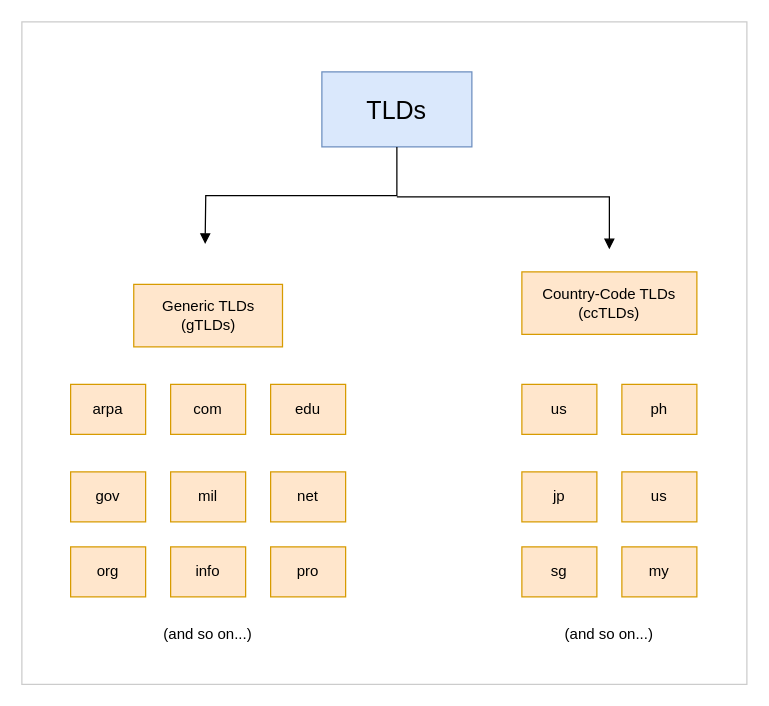
joseeden/joeden keeps this draw.io diagram as page "basics-dns-tlds" (12 of 18) of assets/drawio/all-things-network.drawio. Above is the earlier version. Source tidied: cells renumbered, new cells numbered last; positions are measured from the earlier drawing's top-left corner, leaving out a move shared by most shapes. Both pictures are drawn from the tidied source at 125%, with x=0, y=0 at pixel (21, 21).
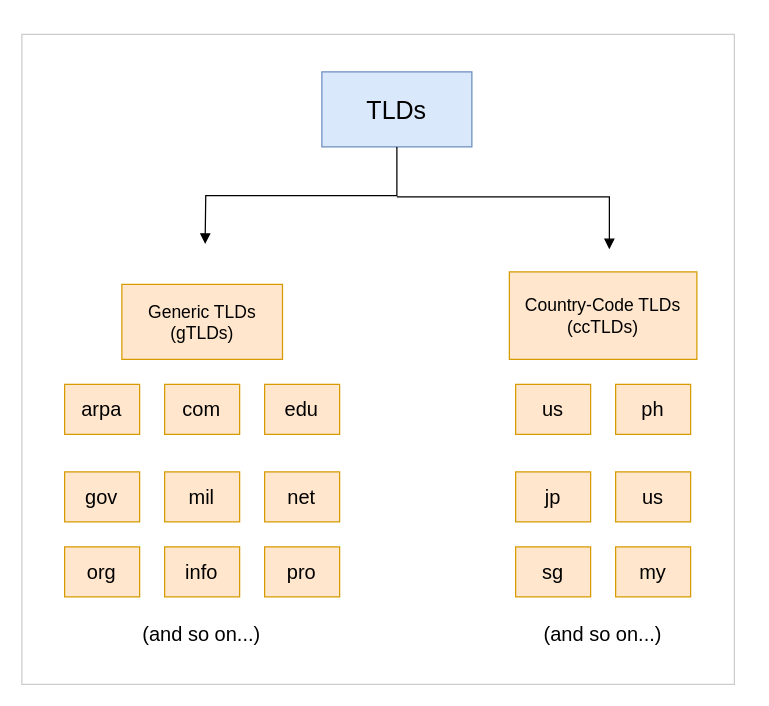
Above is the later version.

What changed in the source:
```diff
@@
     <mxCell id="2" style="rounded=0;whiteSpace=wrap;html=1;strokeColor=#CCCCCC;" parent="1" vertex="1">
-      <mxGeometry width="580" height="530" as="geometry" />
+      <mxGeometry y="10" width="570" height="520" as="geometry" />
     </mxCell>
-    <mxCell id="3" value="&lt;font style=&quot;font-size: 20px;&quot;&gt;TLDs&lt;/font&gt;" style="rounded=0;whiteSpace=wrap;html=1;fillColor=#dae8fc;strokeColor=#6c8ebf;" parent="1" vertex="1">
+    <mxCell id="3" value="&lt;font&gt;TLDs&lt;/font&gt;" style="rounded=0;whiteSpace=wrap;html=1;fillColor=#dae8fc;strokeColor=#6c8ebf;fontSize=20;" parent="1" vertex="1">
       <mxGeometry x="240" y="40" width="120" height="60" as="geometry" />
     </mxCell>
-    <mxCell id="4" value="arpa" style="rounded=0;whiteSpace=wrap;html=1;fillColor=#ffe6cc;strokeColor=#d79b00;" parent="1" vertex="1">
-      <mxGeometry x="39" y="290" width="60" height="40" as="geometry" />
+    <mxCell id="4" value="arpa" style="rounded=0;whiteSpace=wrap;html=1;fillColor=#ffe6cc;strokeColor=#d79b00;fontSize=16;" parent="1" vertex="1">
+      <mxGeometry x="34.2" y="290" width="60" height="40" as="geometry" />
     </mxCell>
-    <mxCell id="5" value="com" style="rounded=0;whiteSpace=wrap;html=1;fillColor=#ffe6cc;strokeColor=#d79b00;" parent="1" vertex="1">
-      <mxGeometry x="119" y="290" width="60" height="40" as="geometry" />
+    <mxCell id="5" value="com" style="rounded=0;whiteSpace=wrap;html=1;fillColor=#ffe6cc;strokeColor=#d79b00;fontSize=16;" parent="1" vertex="1">
+      <mxGeometry x="114.2" y="290" width="60" height="40" as="geometry" />
     </mxCell>
-    <mxCell id="6" value="edu" style="rounded=0;whiteSpace=wrap;html=1;fillColor=#ffe6cc;strokeColor=#d79b00;" parent="1" vertex="1">
-      <mxGeometry x="199" y="290" width="60" height="40" as="geometry" />
+    <mxCell id="6" value="edu" style="rounded=0;whiteSpace=wrap;html=1;fillColor=#ffe6cc;strokeColor=#d79b00;fontSize=16;" parent="1" vertex="1">
+      <mxGeometry x="194.2" y="290" width="60" height="40" as="geometry" />
     </mxCell>
-    <mxCell id="7" value="gov" style="rounded=0;whiteSpace=wrap;html=1;fillColor=#ffe6cc;strokeColor=#d79b00;" parent="1" vertex="1">
-      <mxGeometry x="39" y="360" width="60" height="40" as="geometry" />
+    <mxCell id="7" value="gov" style="rounded=0;whiteSpace=wrap;html=1;fillColor=#ffe6cc;strokeColor=#d79b00;fontSize=16;" parent="1" vertex="1">
+      <mxGeometry x="34.2" y="360" width="60" height="40" as="geometry" />
     </mxCell>
-    <mxCell id="8" value="mil" style="rounded=0;whiteSpace=wrap;html=1;fillColor=#ffe6cc;strokeColor=#d79b00;" parent="1" vertex="1">
-      <mxGeometry x="119" y="360" width="60" height="40" as="geometry" />
+    <mxCell id="8" value="mil" style="rounded=0;whiteSpace=wrap;html=1;fillColor=#ffe6cc;strokeColor=#d79b00;fontSize=16;" parent="1" vertex="1">
+      <mxGeometry x="114.2" y="360" width="60" height="40" as="geometry" />
     </mxCell>
-    <mxCell id="9" value="net" style="rounded=0;whiteSpace=wrap;html=1;fillColor=#ffe6cc;strokeColor=#d79b00;" parent="1" vertex="1">
-      <mxGeometry x="199" y="360" width="60" height="40" as="geometry" />
+    <mxCell id="9" value="net" style="rounded=0;whiteSpace=wrap;html=1;fillColor=#ffe6cc;strokeColor=#d79b00;fontSize=16;" parent="1" vertex="1">
+      <mxGeometry x="194.2" y="360" width="60" height="40" as="geometry" />
     </mxCell>
-    <mxCell id="10" value="org" style="rounded=0;whiteSpace=wrap;html=1;fillColor=#ffe6cc;strokeColor=#d79b00;" parent="1" vertex="1">
-      <mxGeometry x="39" y="420" width="60" height="40" as="geometry" />
+    <mxCell id="10" value="org" style="rounded=0;whiteSpace=wrap;html=1;fillColor=#ffe6cc;strokeColor=#d79b00;fontSize=16;" parent="1" vertex="1">
+      <mxGeometry x="34.2" y="420" width="60" height="40" as="geometry" />
     </mxCell>
-    <mxCell id="11" value="info" style="rounded=0;whiteSpace=wrap;html=1;fillColor=#ffe6cc;strokeColor=#d79b00;" parent="1" vertex="1">
-      <mxGeometry x="119" y="420" width="60" height="40" as="geometry" />
+    <mxCell id="11" value="info" style="rounded=0;whiteSpace=wrap;html=1;fillColor=#ffe6cc;strokeColor=#d79b00;fontSize=16;" parent="1" vertex="1">
+      <mxGeometry x="114.2" y="420" width="60" height="40" as="geometry" />
     </mxCell>
-    <mxCell id="12" value="pro" style="rounded=0;whiteSpace=wrap;html=1;fillColor=#ffe6cc;strokeColor=#d79b00;" parent="1" vertex="1">
-      <mxGeometry x="199" y="420" width="60" height="40" as="geometry" />
+    <mxCell id="12" value="pro" style="rounded=0;whiteSpace=wrap;html=1;fillColor=#ffe6cc;strokeColor=#d79b00;fontSize=16;" parent="1" vertex="1">
+      <mxGeometry x="194.2" y="420" width="60" height="40" as="geometry" />
     </mxCell>
-    <mxCell id="13" value="jp" style="rounded=0;whiteSpace=wrap;html=1;fillColor=#ffe6cc;strokeColor=#d79b00;" parent="1" vertex="1">
-      <mxGeometry x="400" y="360" width="60" height="40" as="geometry" />
+    <mxCell id="13" value="jp" style="rounded=0;whiteSpace=wrap;html=1;fillColor=#ffe6cc;strokeColor=#d79b00;fontSize=16;" parent="1" vertex="1">
+      <mxGeometry x="395" y="360" width="60" height="40" as="geometry" />
     </mxCell>
-    <mxCell id="14" value="ph" style="rounded=0;whiteSpace=wrap;html=1;fillColor=#ffe6cc;strokeColor=#d79b00;" parent="1" vertex="1">
-      <mxGeometry x="480" y="290" width="60" height="40" as="geometry" />
+    <mxCell id="14" value="ph" style="rounded=0;whiteSpace=wrap;html=1;fillColor=#ffe6cc;strokeColor=#d79b00;fontSize=16;" parent="1" vertex="1">
+      <mxGeometry x="475" y="290" width="60" height="40" as="geometry" />
     </mxCell>
-    <mxCell id="15" value="us" style="rounded=0;whiteSpace=wrap;html=1;fillColor=#ffe6cc;strokeColor=#d79b00;" parent="1" vertex="1">
-      <mxGeometry x="400" y="290" width="60" height="40" as="geometry" />
+    <mxCell id="15" value="us" style="rounded=0;whiteSpace=wrap;html=1;fillColor=#ffe6cc;strokeColor=#d79b00;fontSize=16;" parent="1" vertex="1">
+      <mxGeometry x="395" y="290" width="60" height="40" as="geometry" />
     </mxCell>
-    <mxCell id="16" value="us" style="rounded=0;whiteSpace=wrap;html=1;fillColor=#ffe6cc;strokeColor=#d79b00;" parent="1" vertex="1">
-      <mxGeometry x="480" y="360" width="60" height="40" as="geometry" />
+    <mxCell id="16" value="us" style="rounded=0;whiteSpace=wrap;html=1;fillColor=#ffe6cc;strokeColor=#d79b00;fontSize=16;" parent="1" vertex="1">
+      <mxGeometry x="475" y="360" width="60" height="40" as="geometry" />
     </mxCell>
-    <mxCell id="17" value="sg" style="rounded=0;whiteSpace=wrap;html=1;fillColor=#ffe6cc;strokeColor=#d79b00;" parent="1" vertex="1">
-      <mxGeometry x="400" y="420" width="60" height="40" as="geometry" />
+    <mxCell id="17" value="sg" style="rounded=0;whiteSpace=wrap;html=1;fillColor=#ffe6cc;strokeColor=#d79b00;fontSize=16;" parent="1" vertex="1">
+      <mxGeometry x="395" y="420" width="60" height="40" as="geometry" />
     </mxCell>
-    <mxCell id="18" value="my" style="rounded=0;whiteSpace=wrap;html=1;fillColor=#ffe6cc;strokeColor=#d79b00;" parent="1" vertex="1">
-      <mxGeometry x="480" y="420" width="60" height="40" as="geometry" />
+    <mxCell id="18" value="my" style="rounded=0;whiteSpace=wrap;html=1;fillColor=#ffe6cc;strokeColor=#d79b00;fontSize=16;" parent="1" vertex="1">
+      <mxGeometry x="475" y="420" width="60" height="40" as="geometry" />
     </mxCell>
@@
-    <mxCell id="21" value="Generic TLDs&lt;br&gt;(gTLDs)" style="rounded=0;whiteSpace=wrap;html=1;fillColor=#ffe6cc;strokeColor=#d79b00;" parent="1" vertex="1">
-      <mxGeometry x="89.5" y="210" width="119" height="50" as="geometry" />
+    <mxCell id="21" value="Generic TLDs&lt;br&gt;(gTLDs)" style="rounded=0;whiteSpace=wrap;html=1;fillColor=#ffe6cc;strokeColor=#d79b00;fontSize=14;" parent="1" vertex="1">
+      <mxGeometry x="80" y="210" width="128.5" height="60" as="geometry" />
     </mxCell>
-    <mxCell id="22" value="Country-Code TLDs&lt;br&gt;(ccTLDs)" style="rounded=0;whiteSpace=wrap;html=1;fillColor=#ffe6cc;strokeColor=#d79b00;" parent="1" vertex="1">
-      <mxGeometry x="400" y="200" width="140" height="50" as="geometry" />
+    <mxCell id="22" value="Country-Code TLDs&lt;br&gt;(ccTLDs)" style="rounded=0;whiteSpace=wrap;html=1;fillColor=#ffe6cc;strokeColor=#d79b00;fontSize=14;" parent="1" vertex="1">
+      <mxGeometry x="390" y="200" width="150" height="70" as="geometry" />
     </mxCell>
-    <mxCell id="23" value="(and so on...)" style="rounded=0;whiteSpace=wrap;html=1;fillColor=none;strokeColor=none;" parent="1" vertex="1">
-      <mxGeometry x="88.5" y="470" width="120" height="40" as="geometry" />
+    <mxCell id="23" value="(and so on...)" style="rounded=0;whiteSpace=wrap;html=1;fillColor=none;strokeColor=none;fontSize=16;" parent="1" vertex="1">
+      <mxGeometry x="83.8" y="470" width="120" height="40" as="geometry" />
     </mxCell>
-    <mxCell id="24" value="(and so on...)" style="rounded=0;whiteSpace=wrap;html=1;fillColor=none;strokeColor=none;" parent="1" vertex="1">
-      <mxGeometry x="410" y="470" width="120" height="40" as="geometry" />
+    <mxCell id="24" value="(and so on...)" style="rounded=0;whiteSpace=wrap;html=1;fillColor=none;strokeColor=none;fontSize=16;" parent="1" vertex="1">
+      <mxGeometry x="405" y="470" width="120" height="40" as="geometry" />
     </mxCell>
```
